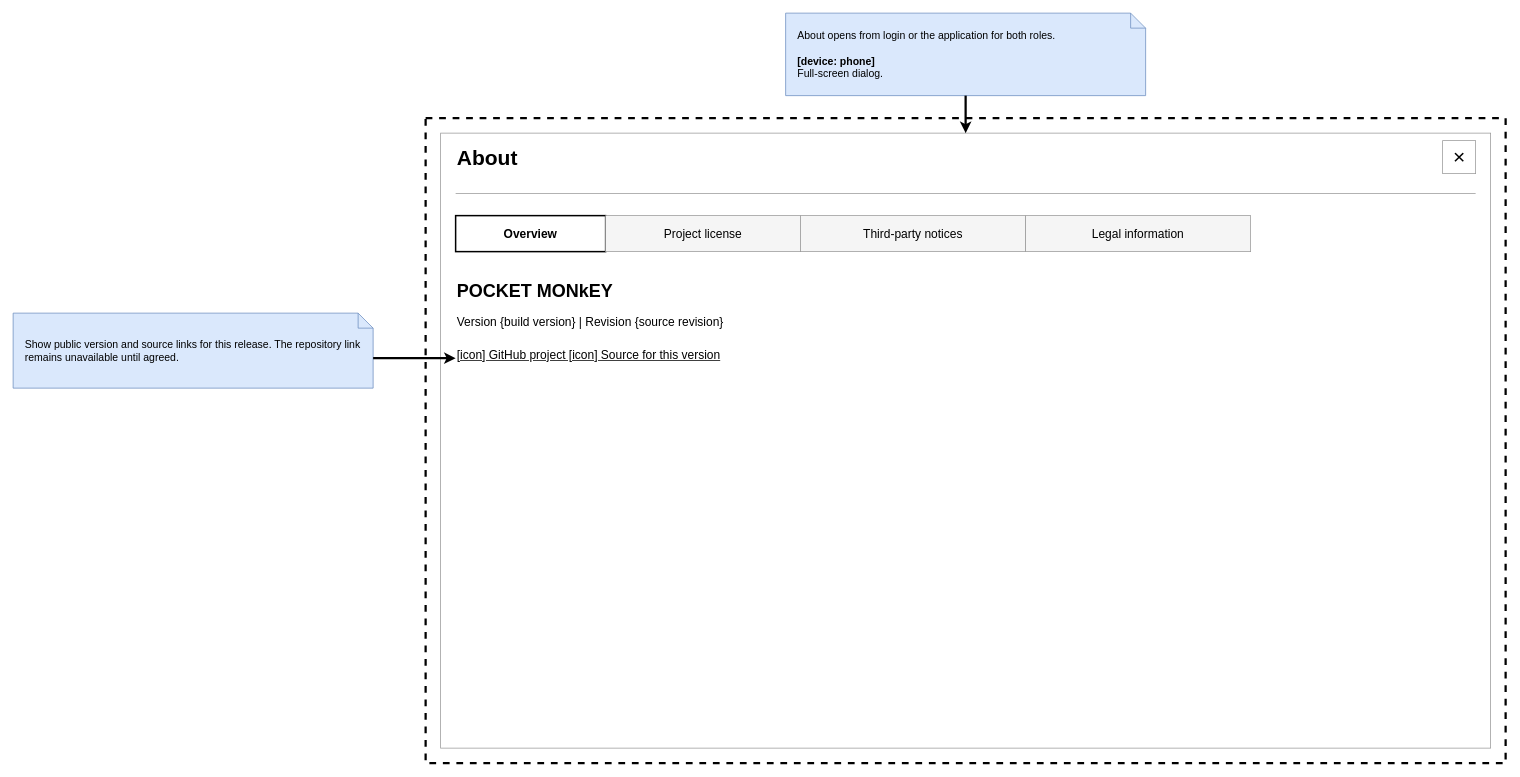
eG-dev/MONkEY keeps this draw.io diagram as docs/design/wireframes/about/about-wireframe.drawio. Above is the earlier version. Source tidied: cells renumbered, new cells numbered last; positions are measured from the earlier drawing's top-left corner, leaving out a move shared by most shapes. Both pictures are drawn from the tidied source at 75%, with x=0, y=0 at pixel (13, 13).
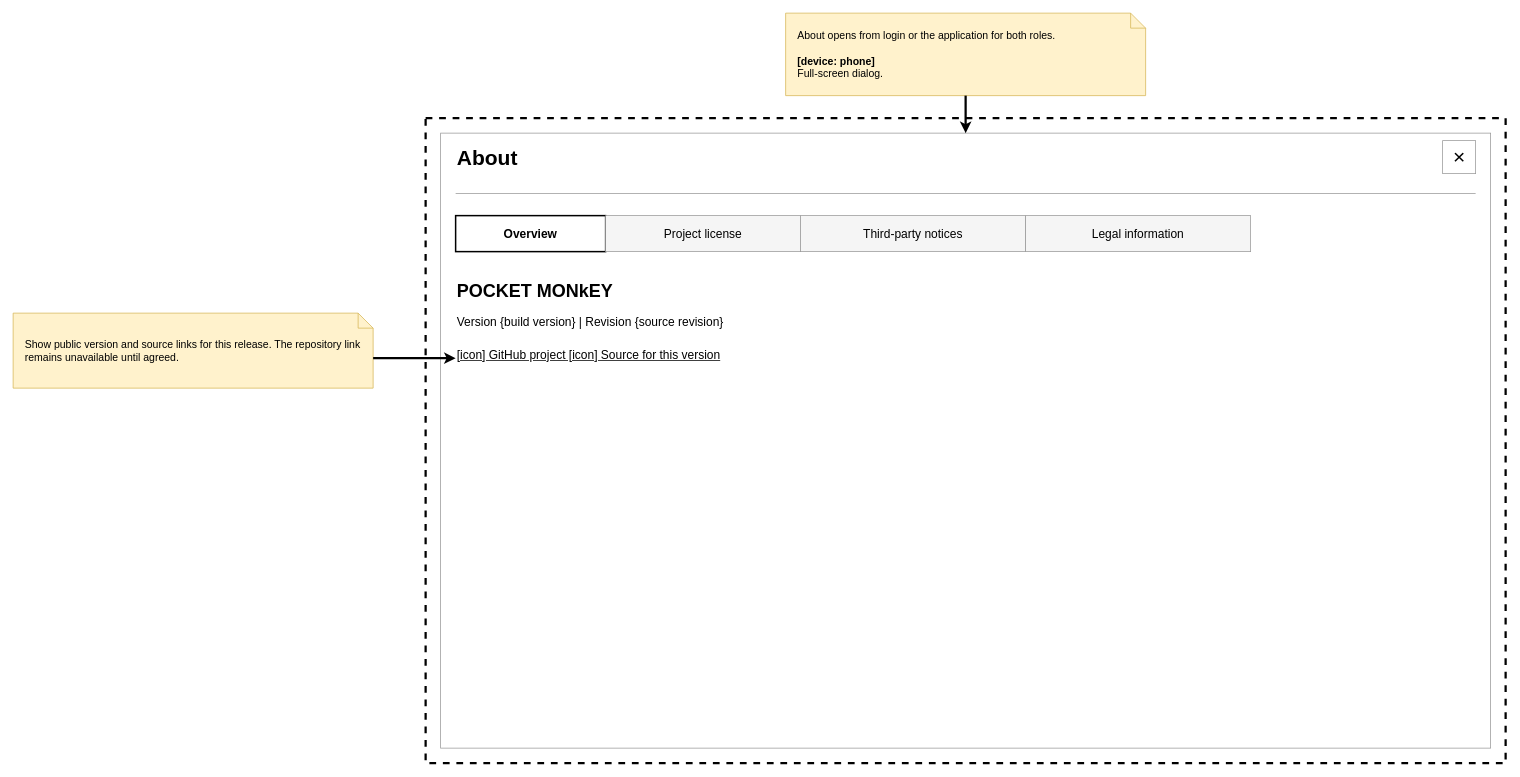
The same diagram, later.

Change to the diagram source:
```diff
@@
 <mxGraphModel background="#FFFFFF">
   <root>
     <mxCell id="0" />
     <mxCell id="1" parent="0" />
     <mxCell id="2" style="rounded=0;fillColor=none;strokeColor=#000000;strokeWidth=3;dashed=1;fontFamily=Helvetica;" parent="1" vertex="1">
       <mxGeometry x="550" y="140" width="1440" height="860" as="geometry" />
     </mxCell>
     <mxCell id="3" style="rounded=0;fillColor=#FFFFFF;strokeColor=#999999;fontFamily=Helvetica;" parent="1" vertex="1">
       <mxGeometry x="570" y="160" width="1400" height="820" as="geometry" />
     </mxCell>
     <mxCell id="4" value="About" style="text;html=1;fontFamily=Helvetica;fontSize=28;fontStyle=1;align=left;" parent="1" vertex="1">
       <mxGeometry x="590" y="170" width="1240" height="44" as="geometry" />
     </mxCell>
     <mxCell id="5" value="×" style="rounded=0;html=1;fontFamily=Helvetica;fontSize=28;fillColor=#FFFFFF;strokeColor=#999999;" parent="1" vertex="1">
       <mxGeometry x="1906" y="170" width="44" height="44" as="geometry" />
     </mxCell>
     <mxCell id="6" style="fillColor=#999999;strokeColor=none;fontFamily=Helvetica;" parent="1" vertex="1">
       <mxGeometry x="590" y="240" width="1360" height="1" as="geometry" />
     </mxCell>
     <mxCell id="7" value="Overview" style="rounded=0;whiteSpace=wrap;html=1;fontFamily=Helvetica;fontSize=16;fontStyle=1;fillColor=#FFFFFF;strokeColor=#000000;strokeWidth=2;" parent="1" vertex="1">
       <mxGeometry x="590" y="270" width="200" height="48" as="geometry" />
     </mxCell>
     <mxCell id="8" value="Third-party notices" style="rounded=0;whiteSpace=wrap;html=1;fontFamily=Helvetica;fontSize=16;fillColor=#f5f5f5;strokeColor=#999999;" parent="1" vertex="1">
       <mxGeometry x="1050" y="270" width="300" height="48" as="geometry" />
     </mxCell>
     <mxCell id="9" value="Legal information" style="rounded=0;whiteSpace=wrap;html=1;fontFamily=Helvetica;fontSize=16;fillColor=#f5f5f5;strokeColor=#999999;" parent="1" vertex="1">
       <mxGeometry x="1350" y="270" width="300" height="48" as="geometry" />
     </mxCell>
     <mxCell id="10" value="Project license" style="rounded=0;whiteSpace=wrap;html=1;fontFamily=Helvetica;fontSize=16;fillColor=#f5f5f5;strokeColor=#999999;" parent="1" vertex="1">
       <mxGeometry x="790" y="270" width="260" height="48" as="geometry" />
     </mxCell>
     <mxCell id="11" value="POCKET MONkEY" style="text;html=1;fontFamily=Helvetica;fontSize=24;fontStyle=1;align=left;" parent="1" vertex="1">
       <mxGeometry x="590" y="350" width="1320" height="40" as="geometry" />
     </mxCell>
     <mxCell id="12" value="Version {build version}   |   Revision {source revision}" style="text;html=1;fontFamily=Helvetica;fontSize=16;align=left;" parent="1" vertex="1">
       <mxGeometry x="590" y="395" width="1320" height="32" as="geometry" />
     </mxCell>
     <mxCell id="13" value="[icon] GitHub project     [icon] Source for this version" style="text;html=1;fontFamily=Helvetica;fontSize=16;align=left;fontStyle=4;" parent="1" vertex="1">
       <mxGeometry x="590" y="440" width="450" height="40" as="geometry" />
     </mxCell>
-    <mxCell id="14" value="About opens from login or the application for both roles.&lt;br&gt;&lt;br&gt;&lt;b&gt;[device: phone]&lt;/b&gt;&lt;br&gt;Full-screen dialog." style="shape=note;whiteSpace=wrap;html=1;size=20;fillColor=#dae8fc;strokeColor=#6c8ebf;fontFamily=Helvetica;fontSize=14;align=left;spacing=16;" parent="1" vertex="1">
+    <mxCell id="14" value="About opens from login or the application for both roles.&lt;br&gt;&lt;br&gt;&lt;b&gt;[device: phone]&lt;/b&gt;&lt;br&gt;Full-screen dialog." style="shape=note;whiteSpace=wrap;html=1;size=20;fillColor=#fff2cc;strokeColor=#d6b656;fontColor=#000000;fontFamily=Helvetica;fontSize=14;align=left;spacing=16;" parent="1" vertex="1">
       <mxGeometry x="1030" width="480" height="110" as="geometry" />
     </mxCell>
-    <mxCell id="15" value="Show public version and source links for this release. The repository link remains unavailable until agreed." style="shape=note;whiteSpace=wrap;html=1;size=20;fillColor=#dae8fc;strokeColor=#6c8ebf;fontFamily=Helvetica;fontSize=14;align=left;spacing=16;" parent="1" vertex="1">
+    <mxCell id="15" value="Show public version and source links for this release. The repository link remains unavailable until agreed." style="shape=note;whiteSpace=wrap;html=1;size=20;fillColor=#fff2cc;strokeColor=#d6b656;fontColor=#000000;fontFamily=Helvetica;fontSize=14;align=left;spacing=16;" parent="1" vertex="1">
       <mxGeometry y="400" width="480" height="100" as="geometry" />
     </mxCell>
     <mxCell id="16" style="edgeStyle=none;curved=0;strokeWidth=3;strokeColor=#000000;startArrow=none;endArrow=classic;endFill=1;entryX=0.5;entryY=0;entryDx=0;entryDy=0;exitX=0.5;exitY=1;exitDx=0;exitDy=0;exitPerimeter=0;fontFamily=Helvetica;" parent="1" edge="1" source="14" target="3">
       <mxGeometry relative="1" as="geometry" />
     </mxCell>
     <mxCell id="17" style="edgeStyle=none;curved=0;strokeWidth=3;strokeColor=#000000;startArrow=none;endArrow=classic;endFill=1;entryX=0;entryY=0.5;entryDx=0;entryDy=0;exitX=0;exitY=0;exitDx=480;exitDy=60;exitPerimeter=0;fontFamily=Helvetica;" parent="1" edge="1" source="15" target="13">
       <mxGeometry relative="1" as="geometry" />
     </mxCell>
   </root>
 </mxGraphModel>
```
